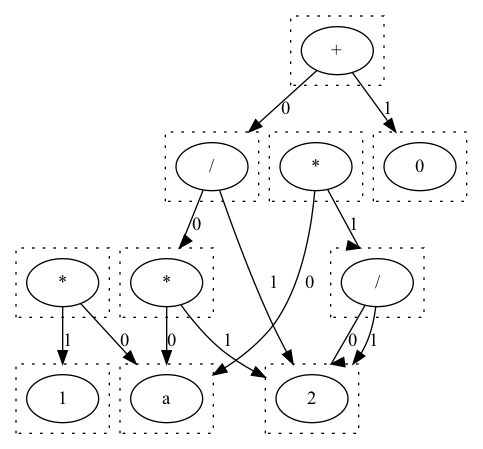
Earlier version of the Graphviz export egraph.png (alt-romes/hegg). Its source is kept beside it as egraph.gv.
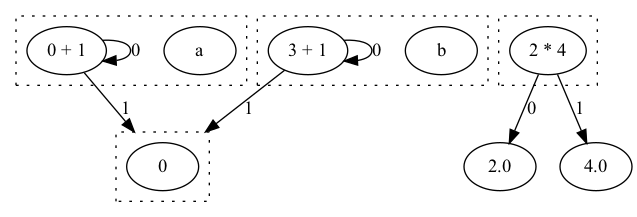
After the change.

What changed in the source:
```diff
@@ -4,65 +4,29 @@
     subgraph cluster_0 {
         graph [style=dotted];
         0.0 [label=a];
+        0.1 [label="0 + 1"];
     }
     subgraph cluster_1 {
         graph [style=dotted];
-        1.0 [label=2];
-    }
-    subgraph cluster_2 {
-        graph [style=dotted];
-        2.0 [label="*"];
+        1.0 [label=0];
     }
     subgraph cluster_3 {
         graph [style=dotted];
-        3.0 [label="/"];
-    }
-    subgraph cluster_4 {
-        graph [style=dotted];
-        4.0 [label=0];
+        3.0 [label=b];
+        3.1 [label="3 + 1"];
     }
     subgraph cluster_5 {
         graph [style=dotted];
-        5.0 [label="+"];
+        5.0 [label="2 * 4"];
     }
-    subgraph cluster_6 {
-        graph [style=dotted];
-        6.0 [label="/"];
-    }
-    subgraph cluster_7 {
-        graph [style=dotted];
-        7.0 [label=1];
-    }
-    subgraph cluster_8 {
-        graph [style=dotted];
-        8.0 [label="*"];
-    }
-    subgraph cluster_9 {
-        graph [style=dotted];
-        9.0 [label="*"];
-    }
-    2.0 -> 0.0 [lhead=cluster_0
+    0.1 -> 0.1 [label=0];
+    0.1 -> 1.0 [lhead=cluster_1
+               ,label=1];
+    3.1 -> 3.1 [label=0];
+    3.1 -> 1.0 [lhead=cluster_1
+               ,label=1];
+    5.0 -> 2.0 [lhead=cluster_0
                ,label=0];
-    2.0 -> 1.0 [lhead=cluster_1
-               ,label=1];
-    3.0 -> 2.0 [lhead=cluster_2
-               ,label=0];
-    3.0 -> 1.0 [lhead=cluster_1
-               ,label=1];
-    5.0 -> 3.0 [lhead=cluster_3
-               ,label=0];
-    5.0 -> 4.0 [lhead=cluster_4
-               ,label=1];
-    6.0 -> 1.0 [lhead=cluster_1
-               ,label=0];
-    6.0 -> 1.0 [lhead=cluster_1
-               ,label=1];
-    8.0 -> 0.0 [lhead=cluster_0
-               ,label=0];
-    8.0 -> 7.0 [lhead=cluster_7
-               ,label=1];
-    9.0 -> 0.0 [lhead=cluster_0
-               ,label=0];
-    9.0 -> 6.0 [lhead=cluster_6
+    5.0 -> 4.0 [lhead=cluster_3
                ,label=1];
 }
```
